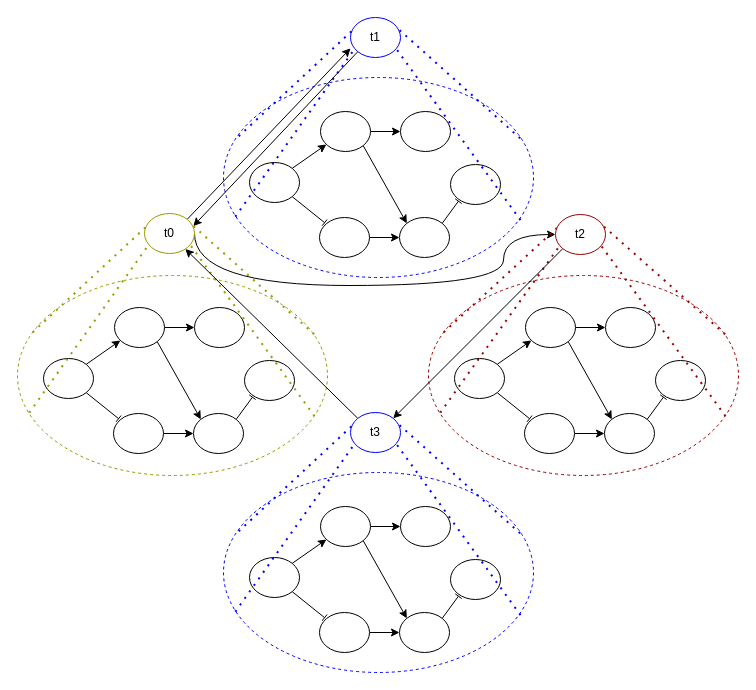
Before: docs/MAS1.drawio in josura/c2c-sepia, a draw.io diagram. Source tidied: cells renumbered, new cells numbered last; positions are measured from the earlier drawing's top-left corner, leaving out a move shared by most shapes. Both pictures are drawn from the tidied source at 100%, with x=0, y=0 at pixel (17, 17).
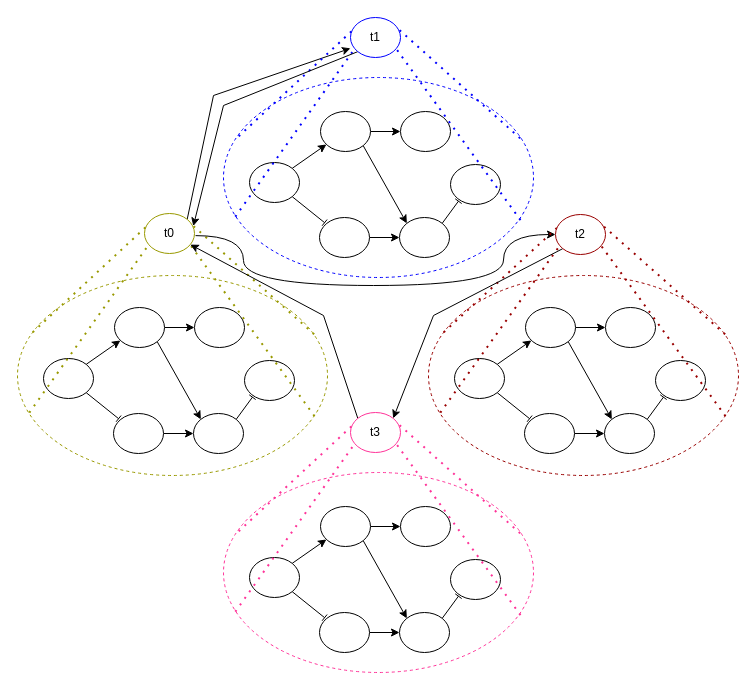
The same page after the edit.

The change refers to these unchanged cells:
```xml
<mxCell id="20" value="t0" style="ellipse;whiteSpace=wrap;html=1;strokeColor=#999900;" parent="1" vertex="1">
  <mxGeometry x="127" y="196" width="50" height="40" as="geometry" />
</mxCell>
<mxCell id="39" value="t2" style="ellipse;whiteSpace=wrap;html=1;strokeColor=#990000;" parent="1" vertex="1">
  <mxGeometry x="538" y="197" width="50" height="40" as="geometry" />
</mxCell>
<mxCell id="58" value="t1" style="ellipse;whiteSpace=wrap;html=1;strokeColor=#0000FF;" parent="1" vertex="1">
  <mxGeometry x="333" width="50" height="40" as="geometry" />
</mxCell>
```

Diff of the diagram source:
```diff
@@
     <mxCell id="18" style="edgeStyle=none;rounded=0;jettySize=auto;html=1;exitX=1;exitY=0;exitDx=0;exitDy=0;entryX=0;entryY=0.771;entryDx=0;entryDy=0;entryPerimeter=0;" parent="1" edge="1" source="20" target="58">
-      <mxGeometry relative="1" as="geometry" />
+      <mxGeometry relative="1" as="geometry">
+        <Array as="points">
+          <mxPoint x="196" y="78" />
+        </Array>
+      </mxGeometry>
     </mxCell>
-    <mxCell id="19" style="edgeStyle=orthogonalEdgeStyle;rounded=0;jettySize=auto;html=1;exitX=1;exitY=0.5;exitDx=0;exitDy=0;curved=1;entryX=0;entryY=0.5;entryDx=0;entryDy=0;" parent="1" edge="1" source="20" target="39">
+    <mxCell id="19" style="edgeStyle=orthogonalEdgeStyle;rounded=0;jettySize=auto;html=1;exitX=1.021;exitY=0.553;exitDx=0;exitDy=0;curved=1;entryX=0;entryY=0.5;entryDx=0;entryDy=0;exitPerimeter=0;" parent="1" edge="1" source="20" target="39">
       <mxGeometry relative="1" as="geometry">
         <Array as="points">
-          <mxPoint x="177" y="268" />
+          <mxPoint x="226" y="218" />
+          <mxPoint x="226" y="268" />
           <mxPoint x="486" y="268" />
           <mxPoint x="486" y="217" />
         </Array>
       </mxGeometry>
     </mxCell>
@@
     <mxCell id="38" style="edgeStyle=none;rounded=0;jettySize=auto;html=1;exitX=0;exitY=1;exitDx=0;exitDy=0;entryX=1;entryY=0;entryDx=0;entryDy=0;" parent="1" edge="1" source="39" target="77">
-      <mxGeometry relative="1" as="geometry" />
+      <mxGeometry relative="1" as="geometry">
+        <Array as="points">
+          <mxPoint x="416" y="298" />
+        </Array>
+      </mxGeometry>
     </mxCell>
@@
     <mxCell id="57" style="edgeStyle=none;rounded=0;jettySize=auto;html=1;exitX=0;exitY=1;exitDx=0;exitDy=0;entryX=0.976;entryY=0.315;entryDx=0;entryDy=0;entryPerimeter=0;" parent="1" edge="1" source="58" target="20">
-      <mxGeometry relative="1" as="geometry" />
+      <mxGeometry relative="1" as="geometry">
+        <Array as="points">
+          <mxPoint x="206" y="88" />
+        </Array>
+      </mxGeometry>
     </mxCell>
@@
-    <mxCell id="60" style="ellipse;whiteSpace=wrap;html=1;dashed=1;fillColor=none;strokeColor=#0000FF;" parent="1" vertex="1">
+    <mxCell id="60" style="ellipse;whiteSpace=wrap;html=1;dashed=1;fillColor=none;strokeColor=#FF3399;" parent="1" vertex="1">
       <mxGeometry x="206" y="455" width="310" height="200" as="geometry" />
     </mxCell>
@@
-    <mxCell id="73" style="endArrow=none;dashed=1;html=1;dashPattern=1 3;strokeWidth=2;rounded=0;exitX=0.038;exitY=0.686;exitDx=0;exitDy=0;exitPerimeter=0;entryX=0.078;entryY=0.791;entryDx=0;entryDy=0;entryPerimeter=0;strokeColor=#0000FF;" parent="1" edge="1" target="77">
+    <mxCell id="73" style="endArrow=none;dashed=1;html=1;dashPattern=1 3;strokeWidth=2;rounded=0;exitX=0.038;exitY=0.686;exitDx=0;exitDy=0;exitPerimeter=0;entryX=0.078;entryY=0.791;entryDx=0;entryDy=0;entryPerimeter=0;strokeColor=#FF3399;" parent="1" edge="1" target="77">
       <mxGeometry relative="1" as="geometry">
         <mxPoint x="217.8" y="594.2" as="sourcePoint" />
       </mxGeometry>
     </mxCell>
-    <mxCell id="74" style="endArrow=none;dashed=1;html=1;dashPattern=1 3;strokeWidth=2;rounded=0;exitX=0.957;exitY=0.294;exitDx=0;exitDy=0;exitPerimeter=0;entryX=0.965;entryY=0.298;entryDx=0;entryDy=0;entryPerimeter=0;strokeColor=#0000FF;" parent="1" edge="1" target="77">
+    <mxCell id="74" style="endArrow=none;dashed=1;html=1;dashPattern=1 3;strokeWidth=2;rounded=0;exitX=0.957;exitY=0.294;exitDx=0;exitDy=0;exitPerimeter=0;entryX=0.965;entryY=0.298;entryDx=0;entryDy=0;entryPerimeter=0;strokeColor=#FF3399;" parent="1" edge="1" target="77">
       <mxGeometry relative="1" as="geometry">
         <mxPoint x="502.7" y="515.8" as="sourcePoint" />
       </mxGeometry>
     </mxCell>
-    <mxCell id="75" style="endArrow=none;dashed=1;html=1;dashPattern=1 3;strokeWidth=2;rounded=0;exitX=0.049;exitY=0.284;exitDx=0;exitDy=0;exitPerimeter=0;entryX=0.053;entryY=0.307;entryDx=0;entryDy=0;entryPerimeter=0;strokeColor=#0000FF;" parent="1" edge="1" target="77">
+    <mxCell id="75" style="endArrow=none;dashed=1;html=1;dashPattern=1 3;strokeWidth=2;rounded=0;exitX=0.049;exitY=0.284;exitDx=0;exitDy=0;exitPerimeter=0;entryX=0.053;entryY=0.307;entryDx=0;entryDy=0;entryPerimeter=0;strokeColor=#FF3399;" parent="1" edge="1" target="77">
       <mxGeometry relative="1" as="geometry">
         <mxPoint x="221.2" y="513.8" as="sourcePoint" />
       </mxGeometry>
     </mxCell>
     <mxCell id="76" style="edgeStyle=none;rounded=0;jettySize=auto;html=1;exitX=0;exitY=0;exitDx=0;exitDy=0;" parent="1" edge="1" source="77" target="20">
-      <mxGeometry relative="1" as="geometry" />
+      <mxGeometry relative="1" as="geometry">
+        <Array as="points">
+          <mxPoint x="306" y="298" />
+        </Array>
+      </mxGeometry>
     </mxCell>
-    <mxCell id="77" value="t3" style="ellipse;whiteSpace=wrap;html=1;strokeColor=#0000FF;" parent="1" vertex="1">
+    <mxCell id="77" value="t3" style="ellipse;whiteSpace=wrap;html=1;strokeColor=#FF3399;" parent="1" vertex="1">
       <mxGeometry x="333" y="395" width="50" height="40" as="geometry" />
     </mxCell>
-    <mxCell id="78" style="endArrow=none;dashed=1;html=1;dashPattern=1 3;strokeWidth=2;rounded=0;exitX=0.958;exitY=0.703;exitDx=0;exitDy=0;exitPerimeter=0;entryX=0.916;entryY=0.786;entryDx=0;entryDy=0;entryPerimeter=0;strokeColor=#0000FF;" parent="1" edge="1" target="77">
+    <mxCell id="78" style="endArrow=none;dashed=1;html=1;dashPattern=1 3;strokeWidth=2;rounded=0;exitX=0.958;exitY=0.703;exitDx=0;exitDy=0;exitPerimeter=0;entryX=0.916;entryY=0.786;entryDx=0;entryDy=0;entryPerimeter=0;strokeColor=#FF3399;" parent="1" edge="1" target="77">
       <mxGeometry relative="1" as="geometry">
         <mxPoint x="503" y="597.6" as="sourcePoint" />
       </mxGeometry>
     </mxCell>
```
